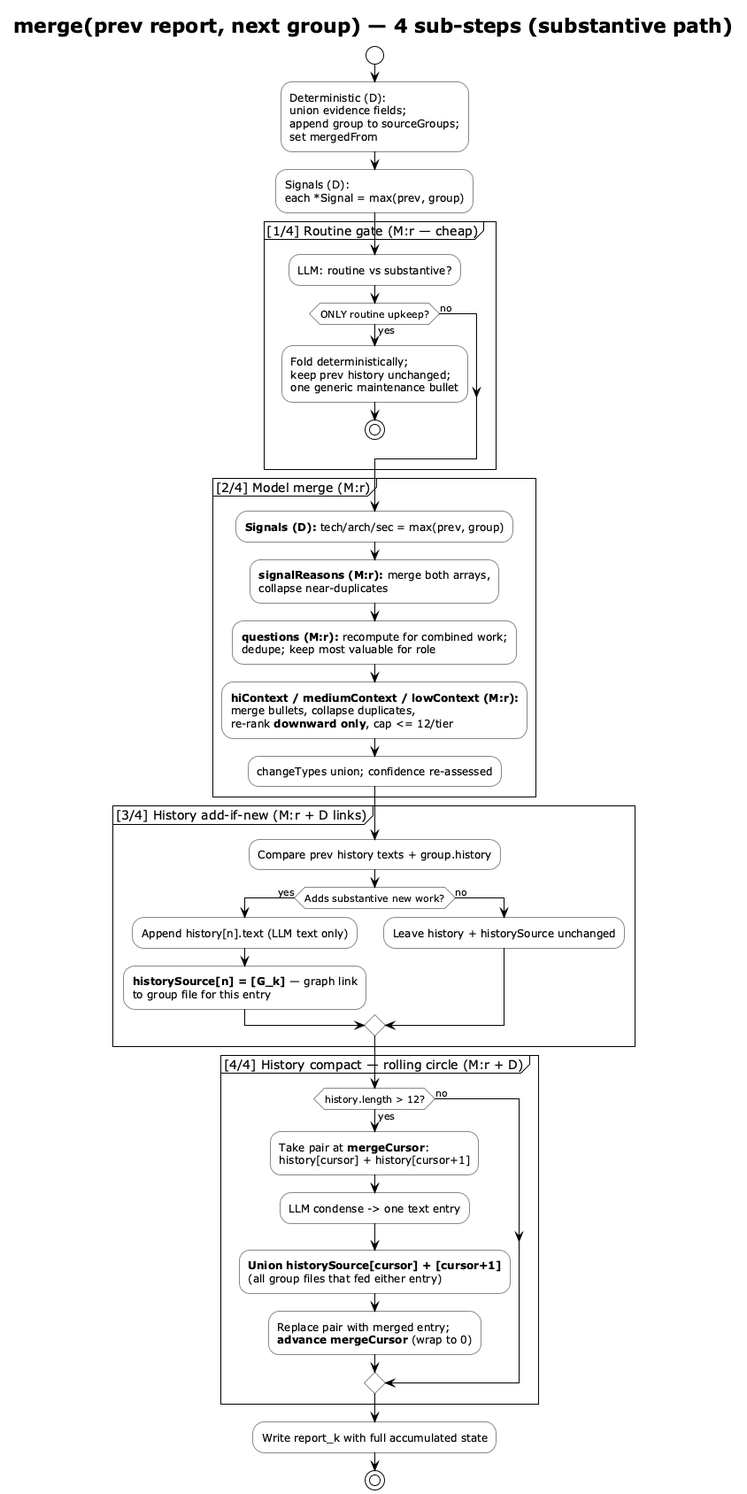
Earlier version of the PlantUML export img/report-merge-substeps.png (vzakharchenko/dev-workgraph). The source it was exported from:
```plantuml
@startuml report-merge-substeps
!theme plain
skinparam shadowing false
skinparam ActivityBorderColor #888888

title **merge(prev report, next group)** — 4 sub-steps (substantive path)

start

:Deterministic (D):\nunion evidence fields;\nappend group to sourceGroups;\nset mergedFrom;

:Signals (D):\neach *Signal = max(prev, group);

partition "[1/4] Routine gate (M:r — cheap)" {
  :LLM: routine vs substantive?;
  if (ONLY routine upkeep?) then (yes)
    :Fold deterministically;\nkeep prev history unchanged;\none generic maintenance bullet;
    stop
  else (no)
  endif
}

partition "[2/4] Model merge (M:r)" {
  :**Signals (D):** tech/arch/sec = max(prev, group);
  :**signalReasons (M:r):** merge both arrays,\ncollapse near-duplicates;
  :**questions (M:r):** recompute for combined work;\ndedupe; keep most valuable for role;
  :**hiContext / mediumContext / lowContext (M:r):**\nmerge bullets, collapse duplicates,\nre-rank **downward only**, cap <= 12/tier;
  :changeTypes union; confidence re-assessed;
}

partition "[3/4] History add-if-new (M:r + D links)" {
  :Compare prev history texts + group.history;
  if (Adds substantive new work?) then (yes)
    :Append history[n].text (LLM text only);
    :**historySource[n] = [G_k]** — graph link\nto group file for this entry;
  else (no)
    :Leave history + historySource unchanged;
  endif
}

partition "[4/4] History compact — rolling circle (M:r + D)" {
  if (history.length > 12?) then (yes)
    :Take pair at **mergeCursor**:\nhistory[cursor] + history[cursor+1];
    :LLM condense -> one text entry;
    :**Union historySource[cursor] + [cursor+1]**\n(all group files that fed either entry);
    :Replace pair with merged entry;\n**advance mergeCursor** (wrap to 0);
  else (no)
  endif
}

:Write report_k with full accumulated state;

stop

@enduml
```
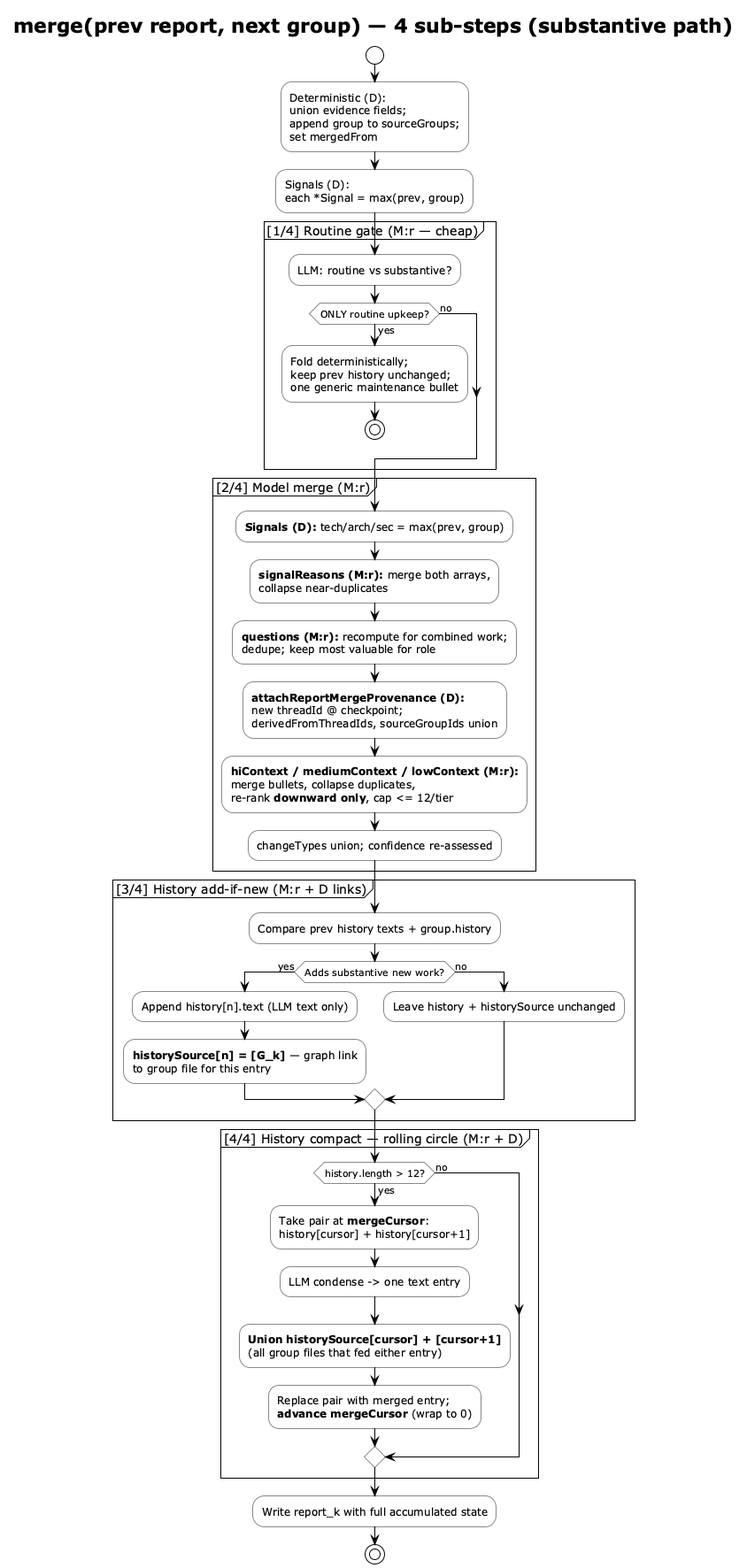
The same file after the commit.

Diff of the diagram source:
```diff
@@ -24,6 +24,7 @@
   :**Signals (D):** tech/arch/sec = max(prev, group);
   :**signalReasons (M:r):** merge both arrays,\ncollapse near-duplicates;
   :**questions (M:r):** recompute for combined work;\ndedupe; keep most valuable for role;
+  :**attachReportMergeProvenance (D):**\nnew threadId @ checkpoint;\nderivedFromThreadIds, sourceGroupIds union;
   :**hiContext / mediumContext / lowContext (M:r):**\nmerge bullets, collapse duplicates,\nre-rank **downward only**, cap <= 12/tier;
   :changeTypes union; confidence re-assessed;
 }
```
